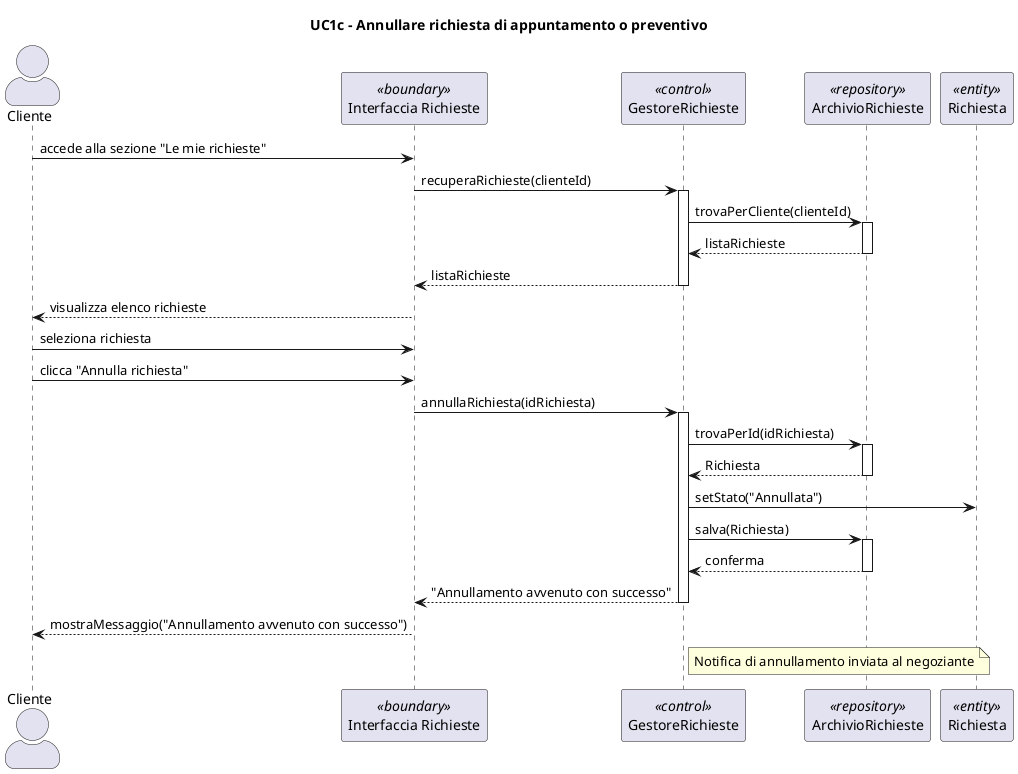
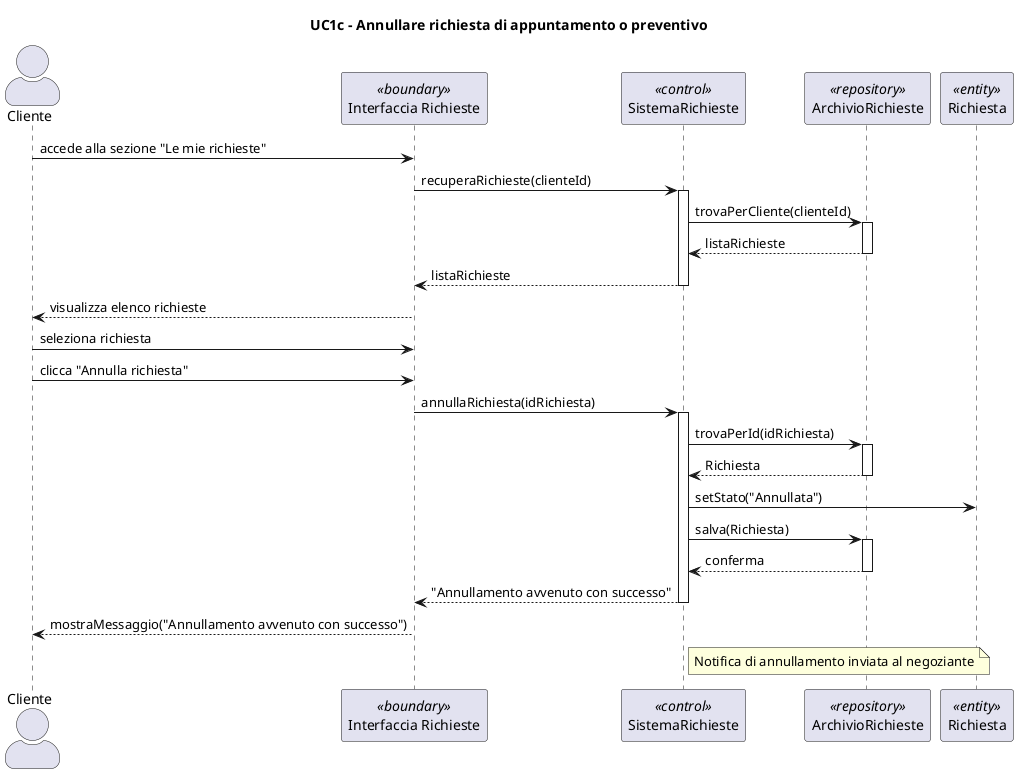
@startuml

skinparam actorStyle awesome
title UC1c - Annullare richiesta di appuntamento o preventivo

actor Cliente
participant "Interfaccia Richieste" as UI <<boundary>>
- participant "GestoreRichieste" as S <<control>>
+ participant "SistemaRichieste" as S <<control>>
participant "ArchivioRichieste" as Repo <<repository>>
participant "Richiesta" as R <<entity>>

Cliente -> UI : accede alla sezione "Le mie richieste"
UI -> S : recuperaRichieste(clienteId)
activate S

S -> Repo : trovaPerCliente(clienteId)
activate Repo
Repo --> S : listaRichieste
deactivate Repo

S --> UI : listaRichieste
deactivate S
UI --> Cliente : visualizza elenco richieste

Cliente -> UI : seleziona richiesta
Cliente -> UI : clicca "Annulla richiesta"
UI -> S : annullaRichiesta(idRichiesta)
activate S

S -> Repo : trovaPerId(idRichiesta)
activate Repo
Repo --> S : Richiesta
deactivate Repo

S -> R : setStato("Annullata")

S -> Repo : salva(Richiesta)
activate Repo
Repo --> S : conferma
deactivate Repo

S --> UI : "Annullamento avvenuto con successo"
deactivate S

UI --> Cliente : mostraMessaggio("Annullamento avvenuto con successo")

note right of S
Notifica di annullamento inviata al negoziante
end note

@enduml
